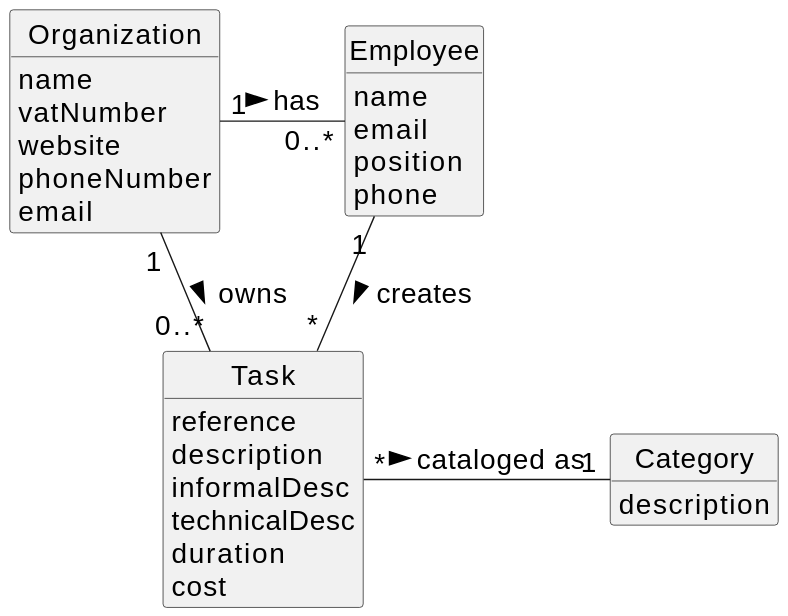
Before: docs/sprintA/us001/02.analysis/svg/us001-domain-model.svg, a diagram exported from PlantUML (Mendoncaa/LAPR2).
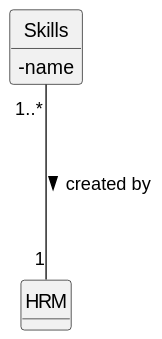
Above is the later version.

Diff of the diagram source:
```diff
@@ -1,5 +1,4 @@
 @startuml
-skinparamlocked defaultFontSize 20
 skinparam monochrome true
 skinparam packageStyle rectangle
 skinparam shadowing false
@@ -11,38 +10,13 @@
 hide methods
 
 
-
-class Organization {
-    name
-    vatNumber
-    website
-    phoneNumber
-    email
+class HRM {
 }
 
-class Task {
-    reference
-    description
-    informalDesc
-    technicalDesc
-    duration
-    cost
-}
-
-class Category {
-    description
-}
-
-class Employee {
-    name
-    email
-    position
-    phone
+class Skills {
+  - name
 }
 
 
-Organization "1" - "0..*" Employee : has >
-Organization "1" - "0..*" Task: owns >
-Employee "1" -- "*" Task : creates >
-Task "*" - "1" Category: cataloged as >
+Skills "1..*"---"1" HRM : created by >
 @enduml
```
